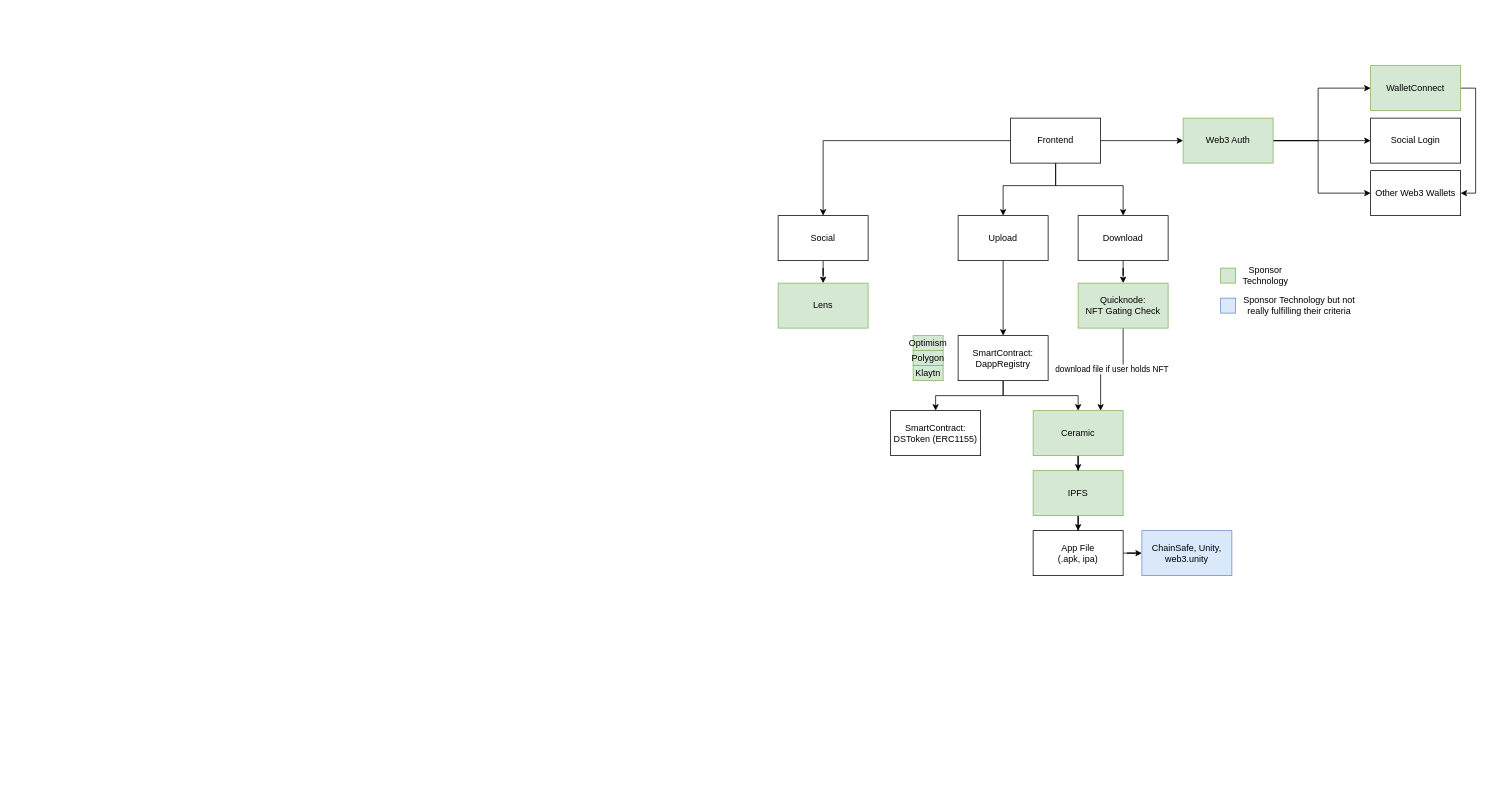
This is profile/assets/DappStore_Architecture.svg.drawio from dAppStoppers/.github, a draw.io file, before an edit. Source tidied: cells renumbered, new cells numbered last; positions are measured from the earlier drawing's top-left corner, leaving out a move shared by most shapes. Both pictures are drawn from the tidied source at 75%, with x=0, y=0 at pixel (778, 65).
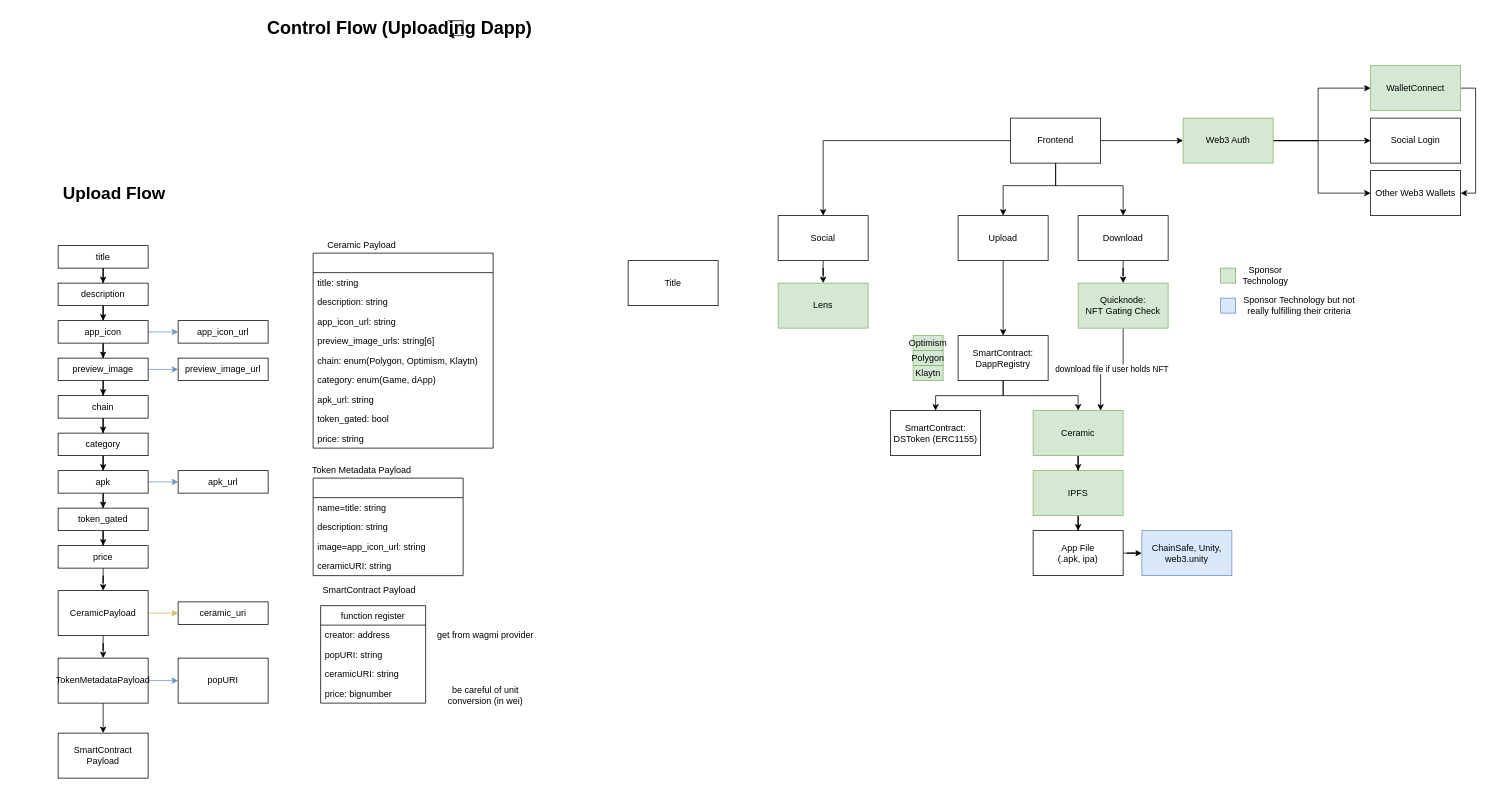
The same diagram, later.

Change to the diagram source:
```diff
@@
+    <mxCell id="42" style="edgeStyle=orthogonalEdgeStyle;rounded=0;jettySize=auto;html=1;entryX=0.5;entryY=0;entryDx=0;entryDy=0;" parent="1" edge="1" source="43" target="73">
+      <mxGeometry relative="1" as="geometry" />
+    </mxCell>
+    <mxCell id="43" value="title" style="rounded=0;whiteSpace=wrap;html=1;" parent="1" vertex="1">
+      <mxGeometry x="-960" y="240" width="120" height="30" as="geometry" />
+    </mxCell>
+    <mxCell id="44" value="function register" style="swimlane;fontStyle=0;horizontal=1;startSize=26;fillColor=none;" parent="1" vertex="1">
+      <mxGeometry x="-610" y="720" width="140" height="130" as="geometry" />
+    </mxCell>
+    <mxCell id="45" value="creator: address" style="text;strokeColor=none;fillColor=none;align=left;verticalAlign=top;spacingLeft=4;spacingRight=4;overflow=hidden;" parent="44" vertex="1">
+      <mxGeometry y="26" width="140" height="26" as="geometry" />
+    </mxCell>
+    <mxCell id="46" value="popURI: string" style="text;strokeColor=none;fillColor=none;align=left;verticalAlign=top;spacingLeft=4;spacingRight=4;overflow=hidden;" parent="44" vertex="1">
+      <mxGeometry y="52" width="140" height="26" as="geometry" />
+    </mxCell>
+    <mxCell id="47" value="ceramicURI: string" style="text;strokeColor=none;fillColor=none;align=left;verticalAlign=top;spacingLeft=4;spacingRight=4;overflow=hidden;" parent="44" vertex="1">
+      <mxGeometry y="78" width="140" height="26" as="geometry" />
+    </mxCell>
+    <mxCell id="48" value="price: bignumber" style="text;strokeColor=none;fillColor=none;align=left;verticalAlign=top;spacingLeft=4;spacingRight=4;overflow=hidden;" parent="44" vertex="1">
+      <mxGeometry y="104" width="140" height="26" as="geometry" />
+    </mxCell>
+    <mxCell id="49" value="Control Flow (Uploading Dapp)" style="text;strokeColor=none;fillColor=none;html=1;fontSize=24;fontStyle=1;verticalAlign=middle;align=center;" parent="1" vertex="1">
+      <mxGeometry x="-570" y="-70" width="130" height="40" as="geometry" />
+    </mxCell>
+    <mxCell id="50" style="edgeStyle=orthogonalEdgeStyle;rounded=0;orthogonalLoop=1;jettySize=auto;html=1;" parent="1" edge="1" source="49" target="49">
+      <mxGeometry relative="1" as="geometry" />
+    </mxCell>
+    <mxCell id="51" value="Title" style="rounded=0;whiteSpace=wrap;html=1;" parent="1" vertex="1">
+      <mxGeometry x="-200" y="260" width="120" height="60" as="geometry" />
+    </mxCell>
+    <mxCell id="52" value="SmartContract Payload" style="text;html=1;strokeColor=none;fillColor=none;align=center;verticalAlign=middle;whiteSpace=wrap;rounded=0;" parent="1" vertex="1">
+      <mxGeometry x="-630" y="690" width="170" height="20" as="geometry" />
+    </mxCell>
+    <mxCell id="53" value="get from wagmi provider" style="text;html=1;strokeColor=none;fillColor=none;align=center;verticalAlign=middle;whiteSpace=wrap;rounded=0;" parent="1" vertex="1">
+      <mxGeometry x="-460" y="750" width="140" height="20" as="geometry" />
+    </mxCell>
+    <mxCell id="54" value="be careful of unit conversion (in wei)" style="text;html=1;strokeColor=none;fillColor=none;align=center;verticalAlign=middle;whiteSpace=wrap;rounded=0;" parent="1" vertex="1">
+      <mxGeometry x="-460" y="830" width="140" height="20" as="geometry" />
+    </mxCell>
+    <mxCell id="55" value="Token Metadata Payload" style="text;html=1;strokeColor=none;fillColor=none;align=center;verticalAlign=middle;whiteSpace=wrap;rounded=0;" parent="1" vertex="1">
+      <mxGeometry x="-640" y="530" width="170" height="20" as="geometry" />
+    </mxCell>
+    <mxCell id="56" style="swimlane;fontStyle=0;horizontal=1;startSize=26;fillColor=none;" parent="1" vertex="1">
+      <mxGeometry x="-620" y="550" width="200" height="130" as="geometry" />
+    </mxCell>
+    <mxCell id="57" value="name=title: string" style="text;strokeColor=none;fillColor=none;align=left;verticalAlign=top;spacingLeft=4;spacingRight=4;overflow=hidden;" parent="56" vertex="1">
+      <mxGeometry y="26" width="200" height="26" as="geometry" />
+    </mxCell>
+    <mxCell id="58" value="description: string" style="text;strokeColor=none;fillColor=none;align=left;verticalAlign=top;spacingLeft=4;spacingRight=4;overflow=hidden;" parent="56" vertex="1">
+      <mxGeometry y="52" width="200" height="26" as="geometry" />
+    </mxCell>
+    <mxCell id="59" value="image=app_icon_url: string" style="text;strokeColor=none;fillColor=none;align=left;verticalAlign=top;spacingLeft=4;spacingRight=4;overflow=hidden;" parent="56" vertex="1">
+      <mxGeometry y="78" width="200" height="26" as="geometry" />
+    </mxCell>
+    <mxCell id="60" value="ceramicURI: string" style="text;strokeColor=none;fillColor=none;align=left;verticalAlign=top;spacingLeft=4;spacingRight=4;overflow=hidden;" parent="56" vertex="1">
+      <mxGeometry y="104" width="200" height="26" as="geometry" />
+    </mxCell>
+    <mxCell id="61" value="Ceramic Payload" style="text;html=1;strokeColor=none;fillColor=none;align=center;verticalAlign=middle;whiteSpace=wrap;rounded=0;" parent="1" vertex="1">
+      <mxGeometry x="-640" y="230" width="170" height="20" as="geometry" />
+    </mxCell>
+    <mxCell id="62" style="swimlane;fontStyle=0;horizontal=1;startSize=26;fillColor=none;" parent="1" vertex="1">
+      <mxGeometry x="-620" y="250" width="240" height="260" as="geometry" />
+    </mxCell>
+    <mxCell id="63" value="title: string" style="text;strokeColor=none;fillColor=none;align=left;verticalAlign=top;spacingLeft=4;spacingRight=4;overflow=hidden;" parent="62" vertex="1">
+      <mxGeometry y="26" width="240" height="26" as="geometry" />
+    </mxCell>
+    <mxCell id="64" value="description: string" style="text;strokeColor=none;fillColor=none;align=left;verticalAlign=top;spacingLeft=4;spacingRight=4;overflow=hidden;" parent="62" vertex="1">
+      <mxGeometry y="52" width="240" height="26" as="geometry" />
+    </mxCell>
+    <mxCell id="65" value="app_icon_url: string" style="text;strokeColor=none;fillColor=none;align=left;verticalAlign=top;spacingLeft=4;spacingRight=4;overflow=hidden;" parent="62" vertex="1">
+      <mxGeometry y="78" width="240" height="26" as="geometry" />
+    </mxCell>
+    <mxCell id="66" value="preview_image_urls: string[6]" style="text;strokeColor=none;fillColor=none;align=left;verticalAlign=top;spacingLeft=4;spacingRight=4;overflow=hidden;" parent="62" vertex="1">
+      <mxGeometry y="104" width="240" height="26" as="geometry" />
+    </mxCell>
+    <mxCell id="67" value="chain: enum(Polygon, Optimism, Klaytn)" style="text;strokeColor=none;fillColor=none;align=left;verticalAlign=top;spacingLeft=4;spacingRight=4;overflow=hidden;" parent="62" vertex="1">
+      <mxGeometry y="130" width="240" height="26" as="geometry" />
+    </mxCell>
+    <mxCell id="68" value="category: enum(Game, dApp)" style="text;strokeColor=none;fillColor=none;align=left;verticalAlign=top;spacingLeft=4;spacingRight=4;overflow=hidden;" parent="62" vertex="1">
+      <mxGeometry y="156" width="240" height="26" as="geometry" />
+    </mxCell>
+    <mxCell id="69" value="apk_url: string" style="text;strokeColor=none;fillColor=none;align=left;verticalAlign=top;spacingLeft=4;spacingRight=4;overflow=hidden;" parent="62" vertex="1">
+      <mxGeometry y="182" width="240" height="26" as="geometry" />
+    </mxCell>
+    <mxCell id="70" value="token_gated: bool" style="text;strokeColor=none;fillColor=none;align=left;verticalAlign=top;spacingLeft=4;spacingRight=4;overflow=hidden;" parent="62" vertex="1">
+      <mxGeometry y="208" width="240" height="26" as="geometry" />
+    </mxCell>
+    <mxCell id="71" value="price: string" style="text;strokeColor=none;fillColor=none;align=left;verticalAlign=top;spacingLeft=4;spacingRight=4;overflow=hidden;" parent="62" vertex="1">
+      <mxGeometry y="234" width="240" height="26" as="geometry" />
+    </mxCell>
+    <mxCell id="72" style="edgeStyle=orthogonalEdgeStyle;rounded=0;jettySize=auto;html=1;" parent="1" edge="1" source="73" target="76">
+      <mxGeometry relative="1" as="geometry" />
+    </mxCell>
+    <mxCell id="73" value="description" style="rounded=0;whiteSpace=wrap;html=1;" parent="1" vertex="1">
+      <mxGeometry x="-960" y="290" width="120" height="30" as="geometry" />
+    </mxCell>
+    <mxCell id="74" style="edgeStyle=orthogonalEdgeStyle;rounded=0;jettySize=auto;html=1;fillColor=#dae8fc;strokeColor=#6c8ebf;" parent="1" edge="1" source="76" target="77">
+      <mxGeometry relative="1" as="geometry" />
+    </mxCell>
+    <mxCell id="75" style="edgeStyle=orthogonalEdgeStyle;rounded=0;jettySize=auto;html=1;" parent="1" edge="1" source="76" target="80">
+      <mxGeometry relative="1" as="geometry" />
+    </mxCell>
+    <mxCell id="76" value="app_icon" style="rounded=0;whiteSpace=wrap;html=1;" parent="1" vertex="1">
+      <mxGeometry x="-960" y="340" width="120" height="30" as="geometry" />
+    </mxCell>
+    <mxCell id="77" value="app_icon_url" style="rounded=0;whiteSpace=wrap;html=1;" parent="1" vertex="1">
+      <mxGeometry x="-800" y="340" width="120" height="30" as="geometry" />
+    </mxCell>
+    <mxCell id="78" style="edgeStyle=orthogonalEdgeStyle;rounded=0;jettySize=auto;html=1;entryX=0.5;entryY=0;entryDx=0;entryDy=0;" parent="1" edge="1" source="80" target="83">
+      <mxGeometry relative="1" as="geometry" />
+    </mxCell>
+    <mxCell id="79" style="edgeStyle=orthogonalEdgeStyle;rounded=0;jettySize=auto;html=1;fillColor=#dae8fc;strokeColor=#6c8ebf;" parent="1" edge="1" source="80">
+      <mxGeometry relative="1" as="geometry">
+        <mxPoint x="-800" y="405" as="targetPoint" />
+      </mxGeometry>
+    </mxCell>
+    <mxCell id="80" value="preview_image" style="rounded=0;whiteSpace=wrap;html=1;" parent="1" vertex="1">
+      <mxGeometry x="-960" y="390" width="120" height="30" as="geometry" />
+    </mxCell>
+    <mxCell id="81" value="preview_image_url" style="rounded=0;whiteSpace=wrap;html=1;" parent="1" vertex="1">
+      <mxGeometry x="-800" y="390" width="120" height="30" as="geometry" />
+    </mxCell>
+    <mxCell id="82" style="edgeStyle=orthogonalEdgeStyle;rounded=0;jettySize=auto;html=1;entryX=0.5;entryY=0;entryDx=0;entryDy=0;" parent="1" edge="1" source="83" target="85">
+      <mxGeometry relative="1" as="geometry" />
+    </mxCell>
+    <mxCell id="83" value="chain" style="rounded=0;whiteSpace=wrap;html=1;" parent="1" vertex="1">
+      <mxGeometry x="-960" y="440" width="120" height="30" as="geometry" />
+    </mxCell>
+    <mxCell id="84" style="edgeStyle=orthogonalEdgeStyle;rounded=0;jettySize=auto;html=1;" parent="1" edge="1" source="85" target="88">
+      <mxGeometry relative="1" as="geometry" />
+    </mxCell>
+    <mxCell id="85" value="category" style="rounded=0;whiteSpace=wrap;html=1;" parent="1" vertex="1">
+      <mxGeometry x="-960" y="490" width="120" height="30" as="geometry" />
+    </mxCell>
+    <mxCell id="86" style="edgeStyle=orthogonalEdgeStyle;rounded=0;jettySize=auto;html=1;fillColor=#dae8fc;strokeColor=#6c8ebf;" parent="1" edge="1" source="88" target="89">
+      <mxGeometry relative="1" as="geometry" />
+    </mxCell>
+    <mxCell id="87" style="edgeStyle=orthogonalEdgeStyle;rounded=0;jettySize=auto;html=1;" parent="1" edge="1" source="88" target="91">
+      <mxGeometry relative="1" as="geometry" />
+    </mxCell>
+    <mxCell id="88" value="apk" style="rounded=0;whiteSpace=wrap;html=1;" parent="1" vertex="1">
+      <mxGeometry x="-960" y="540" width="120" height="30" as="geometry" />
+    </mxCell>
+    <mxCell id="89" value="apk_url" style="rounded=0;whiteSpace=wrap;html=1;" parent="1" vertex="1">
+      <mxGeometry x="-800" y="540" width="120" height="30" as="geometry" />
+    </mxCell>
+    <mxCell id="90" style="edgeStyle=orthogonalEdgeStyle;rounded=0;jettySize=auto;html=1;" parent="1" edge="1" source="91" target="93">
+      <mxGeometry relative="1" as="geometry" />
+    </mxCell>
+    <mxCell id="91" value="token_gated" style="rounded=0;whiteSpace=wrap;html=1;" parent="1" vertex="1">
+      <mxGeometry x="-960" y="590" width="120" height="30" as="geometry" />
+    </mxCell>
+    <mxCell id="92" style="edgeStyle=orthogonalEdgeStyle;rounded=0;jettySize=auto;html=1;" parent="1" edge="1" source="93" target="96">
+      <mxGeometry relative="1" as="geometry" />
+    </mxCell>
+    <mxCell id="93" value="price" style="rounded=0;whiteSpace=wrap;html=1;" parent="1" vertex="1">
+      <mxGeometry x="-960" y="640" width="120" height="30" as="geometry" />
+    </mxCell>
+    <mxCell id="94" style="edgeStyle=orthogonalEdgeStyle;rounded=0;jettySize=auto;html=1;fillColor=#fff2cc;strokeColor=#d6b656;" parent="1" edge="1" source="96">
+      <mxGeometry relative="1" as="geometry">
+        <mxPoint x="-800" y="730" as="targetPoint" />
+      </mxGeometry>
+    </mxCell>
+    <mxCell id="95" style="edgeStyle=orthogonalEdgeStyle;rounded=0;jettySize=auto;html=1;" parent="1" edge="1" source="96" target="100">
+      <mxGeometry relative="1" as="geometry" />
+    </mxCell>
+    <mxCell id="96" value="CeramicPayload" style="rounded=0;whiteSpace=wrap;html=1;" parent="1" vertex="1">
+      <mxGeometry x="-960" y="700" width="120" height="60" as="geometry" />
+    </mxCell>
+    <mxCell id="97" value="ceramic_uri" style="rounded=0;whiteSpace=wrap;html=1;" parent="1" vertex="1">
+      <mxGeometry x="-800" y="715" width="120" height="30" as="geometry" />
+    </mxCell>
+    <mxCell id="98" style="edgeStyle=orthogonalEdgeStyle;rounded=0;jettySize=auto;html=1;fillColor=#dae8fc;strokeColor=#6c8ebf;" parent="1" edge="1" source="100" target="101">
+      <mxGeometry relative="1" as="geometry" />
+    </mxCell>
+    <mxCell id="99" style="edgeStyle=orthogonalEdgeStyle;rounded=0;jettySize=auto;html=1;" parent="1" edge="1" source="100" target="102">
+      <mxGeometry relative="1" as="geometry" />
+    </mxCell>
+    <mxCell id="100" value="TokenMetadataPayload" style="rounded=0;whiteSpace=wrap;html=1;" parent="1" vertex="1">
+      <mxGeometry x="-960" y="790" width="120" height="60" as="geometry" />
+    </mxCell>
+    <mxCell id="101" value="popURI" style="rounded=0;whiteSpace=wrap;html=1;" parent="1" vertex="1">
+      <mxGeometry x="-800" y="790" width="120" height="60" as="geometry" />
+    </mxCell>
+    <mxCell id="102" value="SmartContract Payload" style="rounded=0;whiteSpace=wrap;html=1;" parent="1" vertex="1">
+      <mxGeometry x="-960" y="890" width="120" height="60" as="geometry" />
+    </mxCell>
+    <mxCell id="103" value="Upload Flow" style="text;html=1;strokeColor=none;fillColor=none;align=center;verticalAlign=middle;whiteSpace=wrap;rounded=0;fontStyle=1;fontSize=23;" parent="1" vertex="1">
+      <mxGeometry x="-1020" y="160" width="270" height="20" as="geometry" />
+    </mxCell>
```
